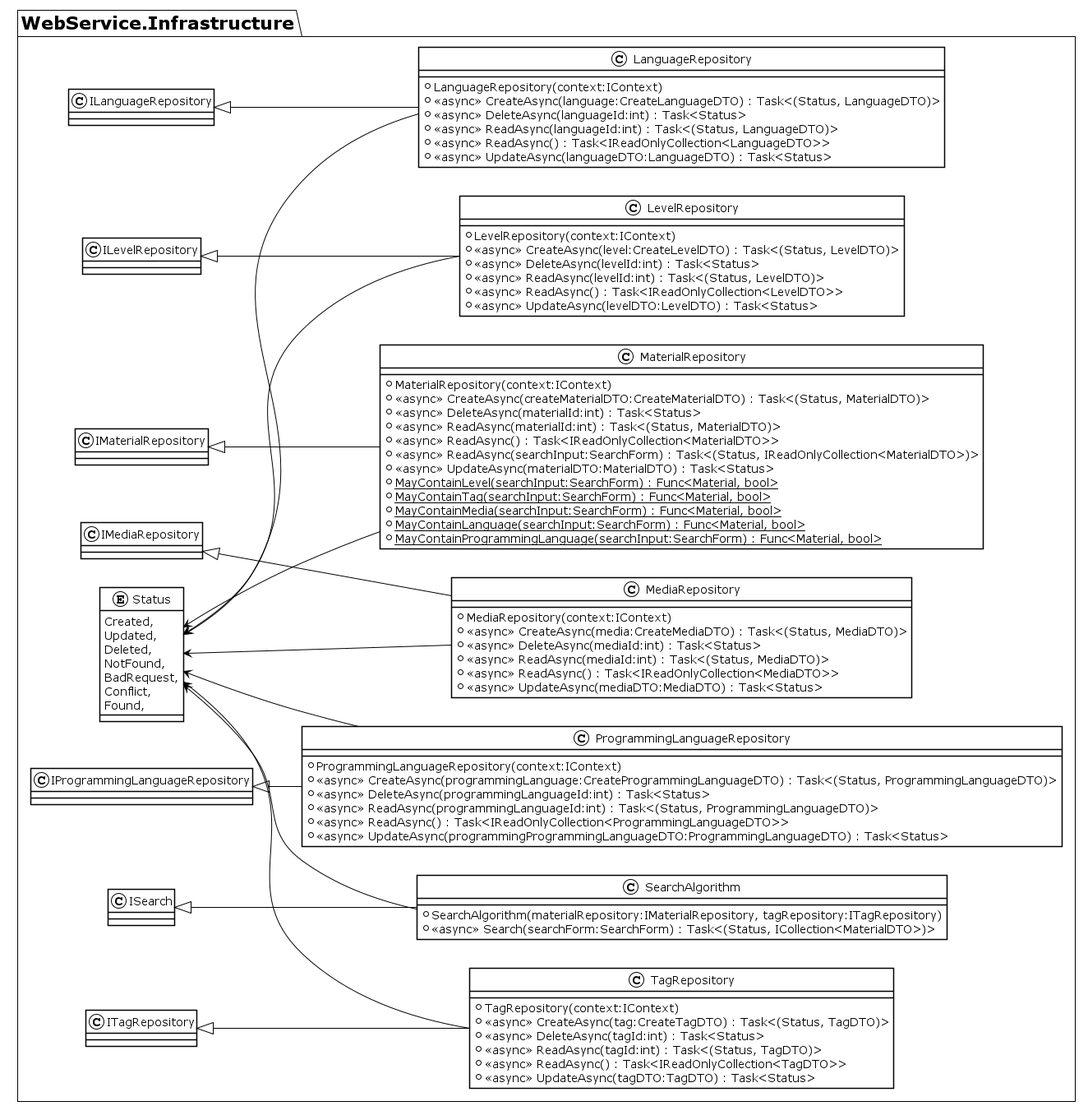
Before: Documentation/UML/Images/infrastructure.png, a diagram exported from PlantUML (ahja-itu/BDSA2021-FinalProject).
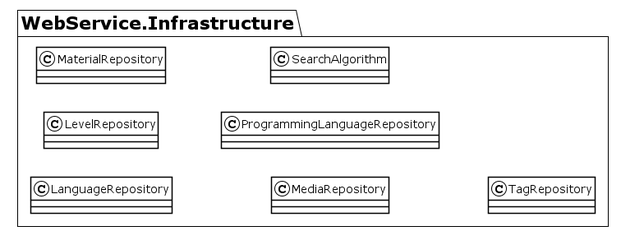
Above is the later version.

The edit, as a diff of the source:
```diff
@@ -2,23 +2,13 @@
 !theme plain
 left to right direction
 package WebService.Infrastructure  {
-    !include .\LanguageRepository.puml
-    !include .\LevelRepository.puml
-    !include .\MaterialRepository.puml
-    !include .\MediaRepository.puml
-    !include .\ProgrammingLanguageRepository.puml
-    !include .\SearchAlgorithm.puml
-    !include .\TagRepository.puml
-
-    !include .\Status.puml
+    class LanguageRepository
+    class LevelRepository
+    class MaterialRepository
+    class MediaRepository
+    class ProgrammingLanguageRepository
+    class SearchAlgorithm
+    class TagRepository
 }
 
-
-Status <-- LanguageRepository
-Status <-- LevelRepository
-Status <-- MaterialRepository
-Status <-- MediaRepository
-Status <-- ProgrammingLanguageRepository
-Status <-- SearchAlgorithm
-Status <-- TagRepository
 @enduml
```
